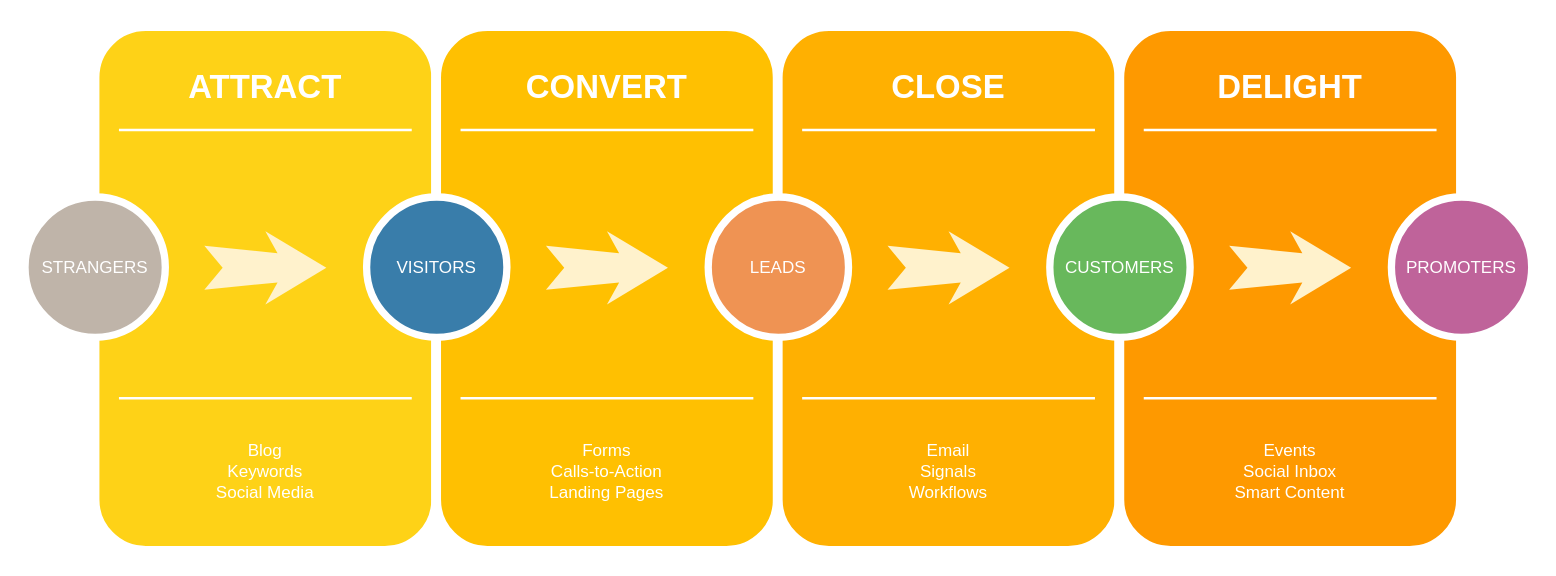
The draw.io diagram Untitled Diagram.drawio in christianc355/Capstone, before the edit. Source tidied: cells renumbered, new cells numbered last; positions are measured from the earlier drawing's top-left corner, leaving out a move shared by most shapes. Both pictures are drawn from the tidied source at 122%, with x=0, y=0 at pixel (24, 26).
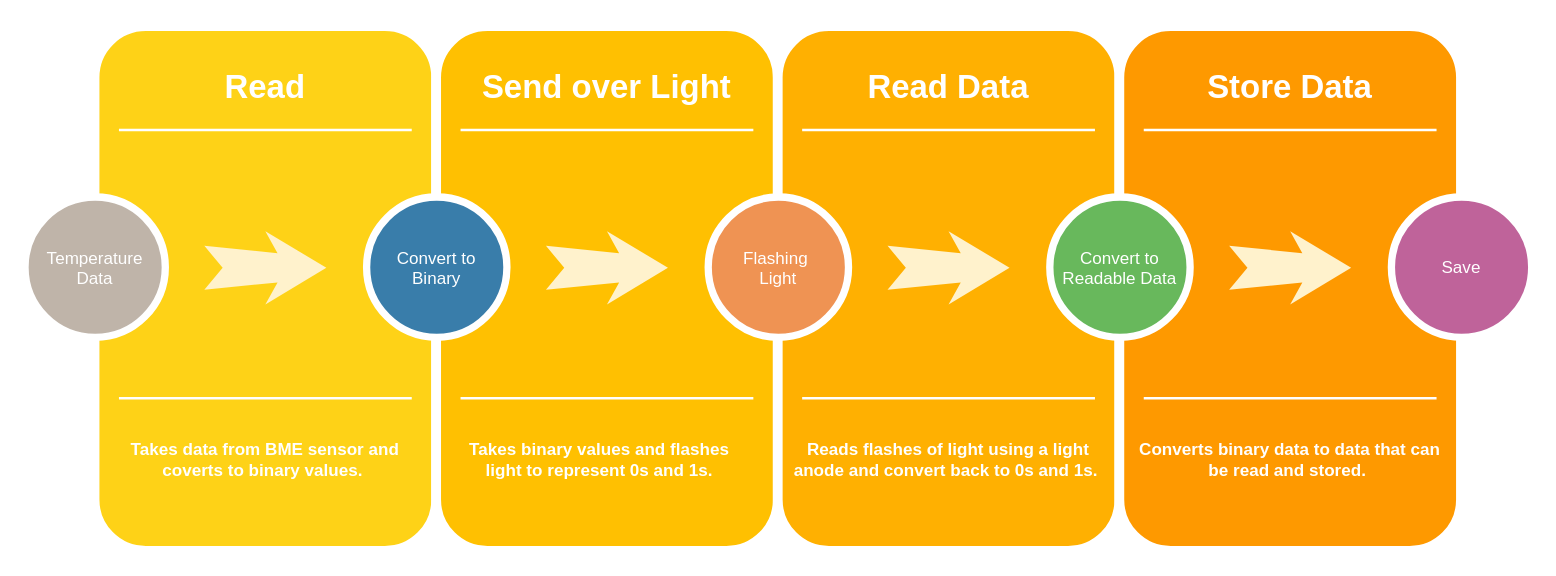
The same diagram, later.

The edit, as a diff of the source:
```diff
@@
-    <mxCell id="3" value="ATTRACT" style="text;html=1;strokeColor=none;fillColor=none;align=center;verticalAlign=middle;whiteSpace=wrap;rounded=0;shadow=0;fontSize=27;fontColor=#FFFFFF;fontStyle=1;" parent="1" vertex="1">
+    <mxCell id="3" value="Read" style="text;html=1;strokeColor=none;fillColor=none;align=center;verticalAlign=middle;whiteSpace=wrap;rounded=0;shadow=0;fontSize=27;fontColor=#FFFFFF;fontStyle=1;" parent="1" vertex="1">
       <mxGeometry x="57" y="20" width="280" height="60" as="geometry" />
     </mxCell>
-    <mxCell id="4" value="Blog&lt;div&gt;Keywords&lt;/div&gt;&lt;div&gt;Social Media&lt;/div&gt;" style="text;html=1;strokeColor=none;fillColor=none;align=center;verticalAlign=middle;whiteSpace=wrap;rounded=0;shadow=0;fontSize=14;fontColor=#FFFFFF;" parent="1" vertex="1">
-      <mxGeometry x="57" y="320" width="280" height="90" as="geometry" />
+    <mxCell id="4" value="Takes data from BME sensor and coverts&amp;nbsp;to binary values.&amp;nbsp;" style="text;html=1;strokeColor=none;fillColor=none;align=center;verticalAlign=middle;whiteSpace=wrap;rounded=0;shadow=0;fontSize=14;fontColor=#FFFFFF;fontStyle=1;" parent="1" vertex="1">
+      <mxGeometry x="57" y="310" width="280" height="90" as="geometry" />
     </mxCell>
@@
-    <mxCell id="7" value="STRANGERS" style="ellipse;whiteSpace=wrap;html=1;rounded=0;shadow=0;strokeWidth=6;fontSize=14;align=center;fillColor=#BFB4A9;strokeColor=#FFFFFF;fontColor=#FFFFFF;" parent="1" vertex="1">
+    <mxCell id="7" value="Temperature&lt;br&gt;Data" style="ellipse;whiteSpace=wrap;html=1;rounded=0;shadow=0;strokeWidth=6;fontSize=14;align=center;fillColor=#BFB4A9;strokeColor=#FFFFFF;fontColor=#FFFFFF;" parent="1" vertex="1">
       <mxGeometry y="140" width="115" height="115" as="geometry" />
     </mxCell>
@@
-    <mxCell id="10" value="CONVERT" style="text;html=1;strokeColor=none;fillColor=none;align=center;verticalAlign=middle;whiteSpace=wrap;rounded=0;shadow=0;fontSize=27;fontColor=#FFFFFF;fontStyle=1;" parent="1" vertex="1">
+    <mxCell id="10" value="Send over Light" style="text;html=1;strokeColor=none;fillColor=none;align=center;verticalAlign=middle;whiteSpace=wrap;rounded=0;shadow=0;fontSize=27;fontColor=#FFFFFF;fontStyle=1;" parent="1" vertex="1">
       <mxGeometry x="337" y="20" width="280" height="60" as="geometry" />
     </mxCell>
-    <mxCell id="11" value="Forms&lt;div&gt;Calls-to-Action&lt;/div&gt;&lt;div&gt;Landing Pages&lt;/div&gt;" style="text;html=1;strokeColor=none;fillColor=none;align=center;verticalAlign=middle;whiteSpace=wrap;rounded=0;shadow=0;fontSize=14;fontColor=#FFFFFF;" parent="1" vertex="1">
-      <mxGeometry x="337" y="320" width="280" height="90" as="geometry" />
+    <mxCell id="11" value="Takes binary values and flashes&lt;br style=&quot;font-size: 14px;&quot;&gt;&amp;nbsp;light to represent&amp;nbsp;0s and 1s.&amp;nbsp;" style="text;html=1;strokeColor=none;fillColor=none;align=center;verticalAlign=middle;whiteSpace=wrap;rounded=0;shadow=0;fontSize=14;fontColor=#FFFFFF;fontStyle=1;" parent="1" vertex="1">
+      <mxGeometry x="331" y="310" width="280" height="90" as="geometry" />
     </mxCell>
@@
-    <mxCell id="14" value="VISITORS" style="ellipse;whiteSpace=wrap;html=1;rounded=0;shadow=0;strokeWidth=6;fontSize=14;align=center;fillColor=#397DAA;strokeColor=#FFFFFF;fontColor=#FFFFFF;" parent="1" vertex="1">
+    <mxCell id="14" value="Convert to&lt;br&gt;Binary" style="ellipse;whiteSpace=wrap;html=1;rounded=0;shadow=0;strokeWidth=6;fontSize=14;align=center;fillColor=#397DAA;strokeColor=#FFFFFF;fontColor=#FFFFFF;" parent="1" vertex="1">
       <mxGeometry x="280" y="140" width="115" height="115" as="geometry" />
     </mxCell>
@@
-    <mxCell id="17" value="CLOSE" style="text;html=1;strokeColor=none;fillColor=none;align=center;verticalAlign=middle;whiteSpace=wrap;rounded=0;shadow=0;fontSize=27;fontColor=#FFFFFF;fontStyle=1;" parent="1" vertex="1">
+    <mxCell id="17" value="Read Data" style="text;html=1;strokeColor=none;fillColor=none;align=center;verticalAlign=middle;whiteSpace=wrap;rounded=0;shadow=0;fontSize=27;fontColor=#FFFFFF;fontStyle=1;" parent="1" vertex="1">
       <mxGeometry x="617" y="20" width="280" height="60" as="geometry" />
     </mxCell>
-    <mxCell id="18" value="Email&lt;div&gt;Signals&lt;/div&gt;&lt;div&gt;Workflows&lt;/div&gt;" style="text;html=1;strokeColor=none;fillColor=none;align=center;verticalAlign=middle;whiteSpace=wrap;rounded=0;shadow=0;fontSize=14;fontColor=#FFFFFF;" parent="1" vertex="1">
-      <mxGeometry x="617" y="320" width="280" height="90" as="geometry" />
+    <mxCell id="18" value="&lt;font style=&quot;font-size: 14px;&quot;&gt;Reads flashes of light using a light anode&amp;nbsp;and convert back to 0s and 1s.&amp;nbsp;&lt;/font&gt;" style="text;html=1;strokeColor=none;fillColor=none;align=center;verticalAlign=middle;whiteSpace=wrap;rounded=0;shadow=0;fontSize=14;fontColor=#FFFFFF;fontStyle=1;" parent="1" vertex="1">
+      <mxGeometry x="617" y="310" width="280" height="90" as="geometry" />
     </mxCell>
@@
-    <mxCell id="21" value="LEADS" style="ellipse;whiteSpace=wrap;html=1;rounded=0;shadow=0;strokeWidth=6;fontSize=14;align=center;fillColor=#EF9353;strokeColor=#FFFFFF;fontColor=#FFFFFF;" parent="1" vertex="1">
+    <mxCell id="21" value="Flashing&amp;nbsp;&lt;br&gt;Light" style="ellipse;whiteSpace=wrap;html=1;rounded=0;shadow=0;strokeWidth=6;fontSize=14;align=center;fillColor=#EF9353;strokeColor=#FFFFFF;fontColor=#FFFFFF;" parent="1" vertex="1">
       <mxGeometry x="560" y="140" width="115" height="115" as="geometry" />
     </mxCell>
@@
-    <mxCell id="24" value="DELIGHT" style="text;html=1;strokeColor=none;fillColor=none;align=center;verticalAlign=middle;whiteSpace=wrap;rounded=0;shadow=0;fontSize=27;fontColor=#FFFFFF;fontStyle=1;" parent="1" vertex="1">
+    <mxCell id="24" value="Store Data" style="text;html=1;strokeColor=none;fillColor=none;align=center;verticalAlign=middle;whiteSpace=wrap;rounded=0;shadow=0;fontSize=27;fontColor=#FFFFFF;fontStyle=1;" parent="1" vertex="1">
       <mxGeometry x="897" y="20" width="280" height="60" as="geometry" />
     </mxCell>
-    <mxCell id="25" value="Events&lt;div&gt;Social Inbox&lt;/div&gt;&lt;div&gt;Smart Content&lt;/div&gt;" style="text;html=1;strokeColor=none;fillColor=none;align=center;verticalAlign=middle;whiteSpace=wrap;rounded=0;shadow=0;fontSize=14;fontColor=#FFFFFF;" parent="1" vertex="1">
-      <mxGeometry x="897" y="320" width="280" height="90" as="geometry" />
+    <mxCell id="25" value="&lt;font style=&quot;font-size: 14px;&quot;&gt;Converts binary data to data that can be&amp;nbsp;read and stored.&amp;nbsp;&lt;/font&gt;" style="text;html=1;strokeColor=none;fillColor=none;align=center;verticalAlign=middle;whiteSpace=wrap;rounded=0;shadow=0;fontSize=14;fontColor=#FFFFFF;fontStyle=1;" parent="1" vertex="1">
+      <mxGeometry x="897" y="310" width="280" height="90" as="geometry" />
     </mxCell>
@@
-    <mxCell id="28" value="CUSTOMERS" style="ellipse;whiteSpace=wrap;html=1;rounded=0;shadow=0;strokeWidth=6;fontSize=14;align=center;fillColor=#68B85C;strokeColor=#FFFFFF;fontColor=#FFFFFF;" parent="1" vertex="1">
+    <mxCell id="28" value="Convert to&lt;br&gt;Readable Data" style="ellipse;whiteSpace=wrap;html=1;rounded=0;shadow=0;strokeWidth=6;fontSize=14;align=center;fillColor=#68B85C;strokeColor=#FFFFFF;fontColor=#FFFFFF;" parent="1" vertex="1">
       <mxGeometry x="840" y="140" width="115" height="115" as="geometry" />
     </mxCell>
@@
-    <mxCell id="30" value="PROMOTERS" style="ellipse;whiteSpace=wrap;html=1;rounded=0;shadow=0;strokeWidth=6;fontSize=14;align=center;fillColor=#BF639A;strokeColor=#FFFFFF;fontColor=#FFFFFF;" parent="1" vertex="1">
+    <mxCell id="30" value="Save" style="ellipse;whiteSpace=wrap;html=1;rounded=0;shadow=0;strokeWidth=6;fontSize=14;align=center;fillColor=#BF639A;strokeColor=#FFFFFF;fontColor=#FFFFFF;" parent="1" vertex="1">
       <mxGeometry x="1120" y="140" width="115" height="115" as="geometry" />
     </mxCell>
```
